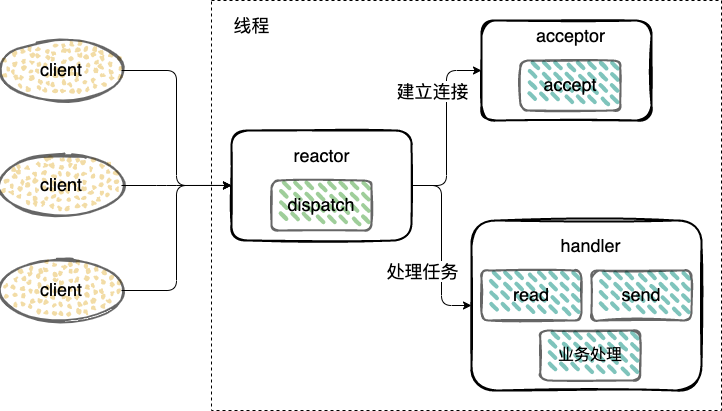
The draw.io diagram img/redis/redis-reactor-2.png in boilingfrog/Go-POINT, before a commit. Source tidied: cells renumbered, new cells last; positions are measured from the earlier drawing's top-left corner, leaving out a move shared by most shapes.
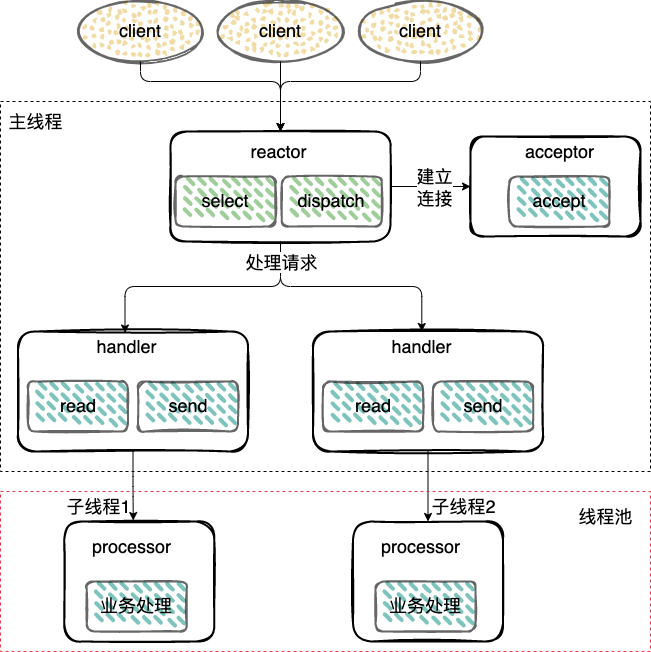
The same file after the commit.

Commit message:
feat:redis 中的原子性

The edit, as a diff of the source:
```diff
@@ -3,81 +3,138 @@
     <mxCell id="0" />
     <mxCell id="1" parent="0" />
     <mxCell id="2" style="verticalLabelPosition=bottom;verticalAlign=top;html=1;shape=mxgraph.basic.rect;fillColor2=none;strokeWidth=1;size=20;indent=5;fillColor=none;dashed=1;" parent="1" vertex="1">
-      <mxGeometry x="210" width="510" height="410" as="geometry" />
+      <mxGeometry x="210" y="130" width="650" height="370" as="geometry" />
     </mxCell>
-    <mxCell id="3" style="edgeStyle=orthogonalEdgeStyle;html=1;entryX=0;entryY=0.5;entryDx=0;entryDy=0;fontSize=18;" parent="1" edge="1" target="8">
-      <mxGeometry relative="1" as="geometry">
-        <mxPoint x="120" y="70" as="sourcePoint" />
-      </mxGeometry>
-    </mxCell>
     <mxCell id="4" style="edgeStyle=orthogonalEdgeStyle;html=1;entryX=0;entryY=0.5;entryDx=0;entryDy=0;fontSize=18;startArrow=none;startFill=0;" parent="1" edge="1" source="8" target="16">
       <mxGeometry relative="1" as="geometry" />
     </mxCell>
-    <mxCell id="5" value="建立连接" style="edgeLabel;html=1;align=center;verticalAlign=middle;fontSize=18;" parent="4" vertex="1">
-      <mxGeometry x="0.16" y="-2" relative="1" as="geometry">
-        <mxPoint x="-17" y="-23" as="offset" />
-      </mxGeometry>
-    </mxCell>
-    <mxCell id="6" style="edgeStyle=orthogonalEdgeStyle;html=1;entryX=0;entryY=0.5;entryDx=0;entryDy=0;fontSize=18;startArrow=none;startFill=0;" parent="1" edge="1" source="8" target="17">
-      <mxGeometry relative="1" as="geometry" />
-    </mxCell>
-    <mxCell id="7" value="处理任务" style="edgeLabel;html=1;align=center;verticalAlign=middle;fontSize=18;" parent="6" vertex="1">
-      <mxGeometry x="0.3" y="-1" relative="1" as="geometry">
-        <mxPoint x="-19" y="-2" as="offset" />
-      </mxGeometry>
-    </mxCell>
+    <mxCell id="25" value="建立&lt;br&gt;连接" style="edgeLabel;html=1;align=center;verticalAlign=middle;fontSize=18;" parent="4" vertex="1">
+      <mxGeometry x="-0.2" relative="1" as="geometry">
+        <mxPoint x="11" as="offset" />
+      </mxGeometry>
+    </mxCell>
+    <mxCell id="26" style="edgeStyle=orthogonalEdgeStyle;html=1;entryX=0.478;entryY=0.05;entryDx=0;entryDy=0;entryPerimeter=0;fontSize=18;startArrow=none;startFill=0;exitX=0.5;exitY=1;exitDx=0;exitDy=0;" parent="1" edge="1" source="8" target="20">
+      <mxGeometry relative="1" as="geometry" />
+    </mxCell>
     <mxCell id="8" style="rounded=1;whiteSpace=wrap;html=1;strokeWidth=2;fillWeight=2;hachureGap=8;hachureAngle=45;fillColor=none;sketch=1;fontSize=16;fillStyle=dots;" parent="1" vertex="1">
-      <mxGeometry x="230" y="130" width="180" height="110" as="geometry" />
+      <mxGeometry x="380" y="160" width="220" height="110" as="geometry" />
     </mxCell>
-    <mxCell id="9" style="edgeStyle=orthogonalEdgeStyle;html=1;entryX=0;entryY=0.5;entryDx=0;entryDy=0;fontSize=18;" parent="1" edge="1" target="8">
-      <mxGeometry relative="1" as="geometry">
-        <mxPoint x="120" y="290" as="sourcePoint" />
-      </mxGeometry>
-    </mxCell>
+    <mxCell id="27" style="edgeStyle=orthogonalEdgeStyle;html=1;entryX=0.5;entryY=0;entryDx=0;entryDy=0;fontSize=18;startArrow=none;startFill=0;" parent="1" edge="1" source="10" target="8">
+      <mxGeometry relative="1" as="geometry">
+        <Array as="points">
+          <mxPoint x="630" y="110" />
+          <mxPoint x="490" y="110" />
+        </Array>
+      </mxGeometry>
+    </mxCell>
     <mxCell id="10" value="&lt;font style=&quot;font-size: 18px&quot;&gt;client&lt;/font&gt;" style="ellipse;whiteSpace=wrap;html=1;strokeWidth=2;fillWeight=2;hachureGap=8;fillColor=#E9C46A;fillStyle=dots;sketch=1;fontSize=16;opacity=60;" parent="1" vertex="1">
-      <mxGeometry y="40" width="120" height="60" as="geometry" />
+      <mxGeometry x="570" y="30" width="120" height="60" as="geometry" />
     </mxCell>
-    <mxCell id="11" style="edgeStyle=orthogonalEdgeStyle;html=1;entryX=0.039;entryY=0.451;entryDx=0;entryDy=0;entryPerimeter=0;fontSize=18;startArrow=none;startFill=0;" parent="1" edge="1" source="12" target="2">
-      <mxGeometry relative="1" as="geometry" />
-    </mxCell>
+    <mxCell id="28" style="edgeStyle=orthogonalEdgeStyle;html=1;entryX=0.5;entryY=0;entryDx=0;entryDy=0;fontSize=18;startArrow=none;startFill=0;" parent="1" edge="1" source="12" target="8">
+      <mxGeometry relative="1" as="geometry" />
+    </mxCell>
     <mxCell id="12" value="&lt;font style=&quot;font-size: 18px&quot;&gt;client&lt;/font&gt;" style="ellipse;whiteSpace=wrap;html=1;strokeWidth=2;fillWeight=2;hachureGap=8;fillColor=#E9C46A;fillStyle=dots;sketch=1;fontSize=16;opacity=60;" parent="1" vertex="1">
-      <mxGeometry y="155" width="120" height="60" as="geometry" />
+      <mxGeometry x="430" y="30" width="120" height="60" as="geometry" />
     </mxCell>
+    <mxCell id="29" style="edgeStyle=orthogonalEdgeStyle;html=1;entryX=0.5;entryY=0;entryDx=0;entryDy=0;fontSize=18;startArrow=none;startFill=0;" parent="1" edge="1" source="13" target="8">
+      <mxGeometry relative="1" as="geometry">
+        <Array as="points">
+          <mxPoint x="350" y="110" />
+          <mxPoint x="490" y="110" />
+        </Array>
+      </mxGeometry>
+    </mxCell>
     <mxCell id="13" value="&lt;font style=&quot;font-size: 18px&quot;&gt;client&lt;/font&gt;" style="ellipse;whiteSpace=wrap;html=1;strokeWidth=2;fillWeight=2;hachureGap=8;fillColor=#E9C46A;fillStyle=dots;sketch=1;fontSize=16;opacity=60;" parent="1" vertex="1">
-      <mxGeometry y="260" width="120" height="60" as="geometry" />
+      <mxGeometry x="290" y="30" width="120" height="60" as="geometry" />
     </mxCell>
+    <mxCell id="30" style="edgeStyle=orthogonalEdgeStyle;html=1;fontSize=18;startArrow=none;startFill=0;exitX=0.5;exitY=1;exitDx=0;exitDy=0;" parent="1" edge="1" source="8" target="35">
+      <mxGeometry relative="1" as="geometry" />
+    </mxCell>
+    <mxCell id="31" value="处理请求" style="edgeLabel;html=1;align=center;verticalAlign=middle;fontSize=18;" parent="30" vertex="1">
+      <mxGeometry x="-0.76" y="1" relative="1" as="geometry">
+        <mxPoint x="-1" y="-8" as="offset" />
+      </mxGeometry>
+    </mxCell>
     <mxCell id="14" value="&lt;font style=&quot;font-size: 18px&quot;&gt;dispatch&lt;/font&gt;" style="rounded=1;whiteSpace=wrap;html=1;fontSize=16;fillColor=#5FAD56;strokeWidth=2;fillWeight=4;hachureGap=8;fillStyle=dashed;sketch=1;hachureAngle=45;opacity=60;" parent="1" vertex="1">
-      <mxGeometry x="270" y="180" width="100" height="50" as="geometry" />
+      <mxGeometry x="491.2" y="205" width="100" height="50" as="geometry" />
     </mxCell>
     <mxCell id="15" value="reactor" style="text;html=1;align=center;verticalAlign=middle;strokeColor=none;fillColor=none;fontSize=18;" parent="1" vertex="1">
-      <mxGeometry x="285" y="140" width="70" height="30" as="geometry" />
+      <mxGeometry x="452.5" y="165" width="70" height="30" as="geometry" />
     </mxCell>
     <mxCell id="16" style="rounded=1;whiteSpace=wrap;html=1;strokeWidth=2;fillWeight=2;hachureGap=8;hachureAngle=45;fillColor=none;sketch=1;fontSize=16;fillStyle=dots;" parent="1" vertex="1">
-      <mxGeometry x="480" y="20" width="170" height="100" as="geometry" />
+      <mxGeometry x="680" y="165" width="170" height="100" as="geometry" />
     </mxCell>
+    <mxCell id="32" style="edgeStyle=orthogonalEdgeStyle;html=1;entryX=0.46;entryY=-0.008;entryDx=0;entryDy=0;entryPerimeter=0;fontSize=18;startArrow=none;startFill=0;" parent="1" edge="1" source="17" target="38">
+      <mxGeometry relative="1" as="geometry" />
+    </mxCell>
     <mxCell id="17" style="rounded=1;whiteSpace=wrap;html=1;strokeWidth=2;fillWeight=2;hachureGap=8;hachureAngle=45;fillColor=none;sketch=1;fontSize=16;fillStyle=dots;" parent="1" vertex="1">
-      <mxGeometry x="470" y="220" width="230" height="170" as="geometry" />
+      <mxGeometry x="227.5" y="360" width="230" height="120" as="geometry" />
     </mxCell>
     <mxCell id="18" value="&lt;font style=&quot;font-size: 18px&quot;&gt;accept&lt;/font&gt;" style="rounded=1;whiteSpace=wrap;html=1;fontSize=16;fillColor=#2A9D8F;strokeWidth=2;fillWeight=4;hachureGap=8;fillStyle=dashed;sketch=1;hachureAngle=45;opacity=60;" parent="1" vertex="1">
-      <mxGeometry x="518.8" y="60" width="100" height="50" as="geometry" />
+      <mxGeometry x="718.8" y="205" width="100" height="50" as="geometry" />
     </mxCell>
     <mxCell id="19" value="acceptor" style="text;html=1;align=center;verticalAlign=middle;strokeColor=none;fillColor=none;fontSize=18;" parent="1" vertex="1">
-      <mxGeometry x="528.8" y="20" width="80" height="30" as="geometry" />
+      <mxGeometry x="728.8" y="165" width="80" height="30" as="geometry" />
     </mxCell>
     <mxCell id="20" value="handler" style="text;html=1;align=center;verticalAlign=middle;points=[];strokeColor=none;fillColor=none;fontSize=18;" parent="1" vertex="1">
-      <mxGeometry x="548.8" y="230" width="80" height="30" as="geometry" />
+      <mxGeometry x="296.2" y="360" width="80" height="30" as="geometry" />
     </mxCell>
     <mxCell id="21" value="&lt;font style=&quot;font-size: 18px&quot;&gt;read&lt;/font&gt;" style="rounded=1;whiteSpace=wrap;html=1;fontSize=16;fillColor=#2A9D8F;strokeWidth=2;fillWeight=4;hachureGap=8;fillStyle=dashed;sketch=1;hachureAngle=45;opacity=60;" parent="1" vertex="1">
-      <mxGeometry x="480" y="270" width="100" height="50" as="geometry" />
+      <mxGeometry x="237.5" y="410" width="100" height="50" as="geometry" />
     </mxCell>
-    <mxCell id="22" value="业务处理" style="rounded=1;whiteSpace=wrap;html=1;fontSize=16;fillColor=#2A9D8F;strokeWidth=2;fillWeight=4;hachureGap=8;fillStyle=dashed;sketch=1;hachureAngle=45;opacity=60;" parent="1" vertex="1">
-      <mxGeometry x="538.8" y="330" width="100" height="50" as="geometry" />
-    </mxCell>
     <mxCell id="23" value="&lt;font style=&quot;font-size: 18px&quot;&gt;send&lt;/font&gt;" style="rounded=1;whiteSpace=wrap;html=1;fontSize=16;fillColor=#2A9D8F;strokeWidth=2;fillWeight=4;hachureGap=8;fillStyle=dashed;sketch=1;hachureAngle=45;opacity=60;" parent="1" vertex="1">
-      <mxGeometry x="590" y="270" width="100" height="50" as="geometry" />
+      <mxGeometry x="347.5" y="410" width="100" height="50" as="geometry" />
     </mxCell>
-    <mxCell id="24" value="线程" style="text;html=1;align=center;verticalAlign=middle;strokeColor=none;fillColor=none;fontSize=18;" parent="1" vertex="1">
-      <mxGeometry x="225" y="10" width="50" height="30" as="geometry" />
-    </mxCell>
+    <mxCell id="33" style="edgeStyle=orthogonalEdgeStyle;html=1;fontSize=18;startArrow=none;startFill=0;" parent="1" edge="1" source="34" target="41">
+      <mxGeometry relative="1" as="geometry" />
+    </mxCell>
+    <mxCell id="34" style="rounded=1;whiteSpace=wrap;html=1;strokeWidth=2;fillWeight=2;hachureGap=8;hachureAngle=45;fillColor=none;sketch=1;fontSize=16;fillStyle=dots;" parent="1" vertex="1">
+      <mxGeometry x="522.5" y="360" width="230" height="120" as="geometry" />
+    </mxCell>
+    <mxCell id="35" value="handler" style="text;html=1;align=center;verticalAlign=middle;points=[];strokeColor=none;fillColor=none;fontSize=18;" parent="1" vertex="1">
+      <mxGeometry x="591.2" y="360" width="80" height="30" as="geometry" />
+    </mxCell>
+    <mxCell id="36" value="&lt;font style=&quot;font-size: 18px&quot;&gt;read&lt;/font&gt;" style="rounded=1;whiteSpace=wrap;html=1;fontSize=16;fillColor=#2A9D8F;strokeWidth=2;fillWeight=4;hachureGap=8;fillStyle=dashed;sketch=1;hachureAngle=45;opacity=60;" parent="1" vertex="1">
+      <mxGeometry x="532.5" y="410" width="100" height="50" as="geometry" />
+    </mxCell>
+    <mxCell id="37" value="&lt;font style=&quot;font-size: 18px&quot;&gt;send&lt;/font&gt;" style="rounded=1;whiteSpace=wrap;html=1;fontSize=16;fillColor=#2A9D8F;strokeWidth=2;fillWeight=4;hachureGap=8;fillStyle=dashed;sketch=1;hachureAngle=45;opacity=60;" parent="1" vertex="1">
+      <mxGeometry x="642.5" y="410" width="100" height="50" as="geometry" />
+    </mxCell>
+    <mxCell id="38" style="rounded=1;whiteSpace=wrap;html=1;strokeWidth=2;fillWeight=2;hachureGap=8;hachureAngle=45;fillColor=none;sketch=1;fontSize=16;fillStyle=dots;" parent="1" vertex="1">
+      <mxGeometry x="273.8" y="550" width="150" height="120" as="geometry" />
+    </mxCell>
+    <mxCell id="39" value="&lt;font style=&quot;font-size: 18px&quot;&gt;业务处理&lt;/font&gt;" style="rounded=1;whiteSpace=wrap;html=1;fontSize=16;fillColor=#2A9D8F;strokeWidth=2;fillWeight=4;hachureGap=8;fillStyle=dashed;sketch=1;hachureAngle=45;opacity=60;" parent="1" vertex="1">
+      <mxGeometry x="296.2" y="610" width="100" height="50" as="geometry" />
+    </mxCell>
+    <mxCell id="40" value="processor" style="text;html=1;align=center;verticalAlign=middle;strokeColor=none;fillColor=none;fontSize=18;" parent="1" vertex="1">
+      <mxGeometry x="296.2" y="560" width="90" height="30" as="geometry" />
+    </mxCell>
+    <mxCell id="41" style="rounded=1;whiteSpace=wrap;html=1;strokeWidth=2;fillWeight=2;hachureGap=8;hachureAngle=45;fillColor=none;sketch=1;fontSize=16;fillStyle=dots;" parent="1" vertex="1">
+      <mxGeometry x="562.5" y="550" width="150" height="120" as="geometry" />
+    </mxCell>
+    <mxCell id="42" value="&lt;font style=&quot;font-size: 18px&quot;&gt;业务处理&lt;/font&gt;" style="rounded=1;whiteSpace=wrap;html=1;fontSize=16;fillColor=#2A9D8F;strokeWidth=2;fillWeight=4;hachureGap=8;fillStyle=dashed;sketch=1;hachureAngle=45;opacity=60;" parent="1" vertex="1">
+      <mxGeometry x="585" y="610" width="100" height="50" as="geometry" />
+    </mxCell>
+    <mxCell id="43" value="processor" style="text;html=1;align=center;verticalAlign=middle;strokeColor=none;fillColor=none;fontSize=18;" parent="1" vertex="1">
+      <mxGeometry x="585" y="560" width="90" height="30" as="geometry" />
+    </mxCell>
+    <mxCell id="44" value="子线程1" style="text;html=1;align=center;verticalAlign=middle;strokeColor=none;fillColor=none;fontSize=18;" parent="1" vertex="1">
+      <mxGeometry x="267.5" y="520" width="80" height="30" as="geometry" />
+    </mxCell>
+    <mxCell id="45" value="子线程2" style="text;html=1;align=center;verticalAlign=middle;strokeColor=none;fillColor=none;fontSize=18;" parent="1" vertex="1">
+      <mxGeometry x="632.5" y="520" width="80" height="30" as="geometry" />
+    </mxCell>
+    <mxCell id="46" value="主线程" style="text;html=1;align=center;verticalAlign=middle;strokeColor=none;fillColor=none;fontSize=18;" parent="1" vertex="1">
+      <mxGeometry x="210" y="135" width="70" height="30" as="geometry" />
+    </mxCell>
+    <mxCell id="47" style="verticalLabelPosition=bottom;verticalAlign=top;html=1;shape=mxgraph.basic.rect;fillColor2=none;strokeWidth=1;size=20;indent=5;fillColor=none;dashed=1;strokeColor=#E63946;" parent="1" vertex="1">
+      <mxGeometry x="210" y="520" width="650" height="160" as="geometry" />
+    </mxCell>
+    <mxCell id="48" value="线程池" style="text;html=1;align=center;verticalAlign=middle;strokeColor=none;fillColor=none;fontSize=18;" parent="1" vertex="1">
+      <mxGeometry x="780" y="530" width="70" height="30" as="geometry" />
+    </mxCell>
+    <mxCell id="49" value="&lt;font style=&quot;font-size: 18px&quot;&gt;select&lt;/font&gt;" style="rounded=1;whiteSpace=wrap;html=1;fontSize=16;fillColor=#5FAD56;strokeWidth=2;fillWeight=4;hachureGap=8;fillStyle=dashed;sketch=1;hachureAngle=45;opacity=60;" parent="1" vertex="1">
+      <mxGeometry x="385" y="205" width="100" height="50" as="geometry" />
+    </mxCell>
   </root>
 </mxGraphModel>
```
